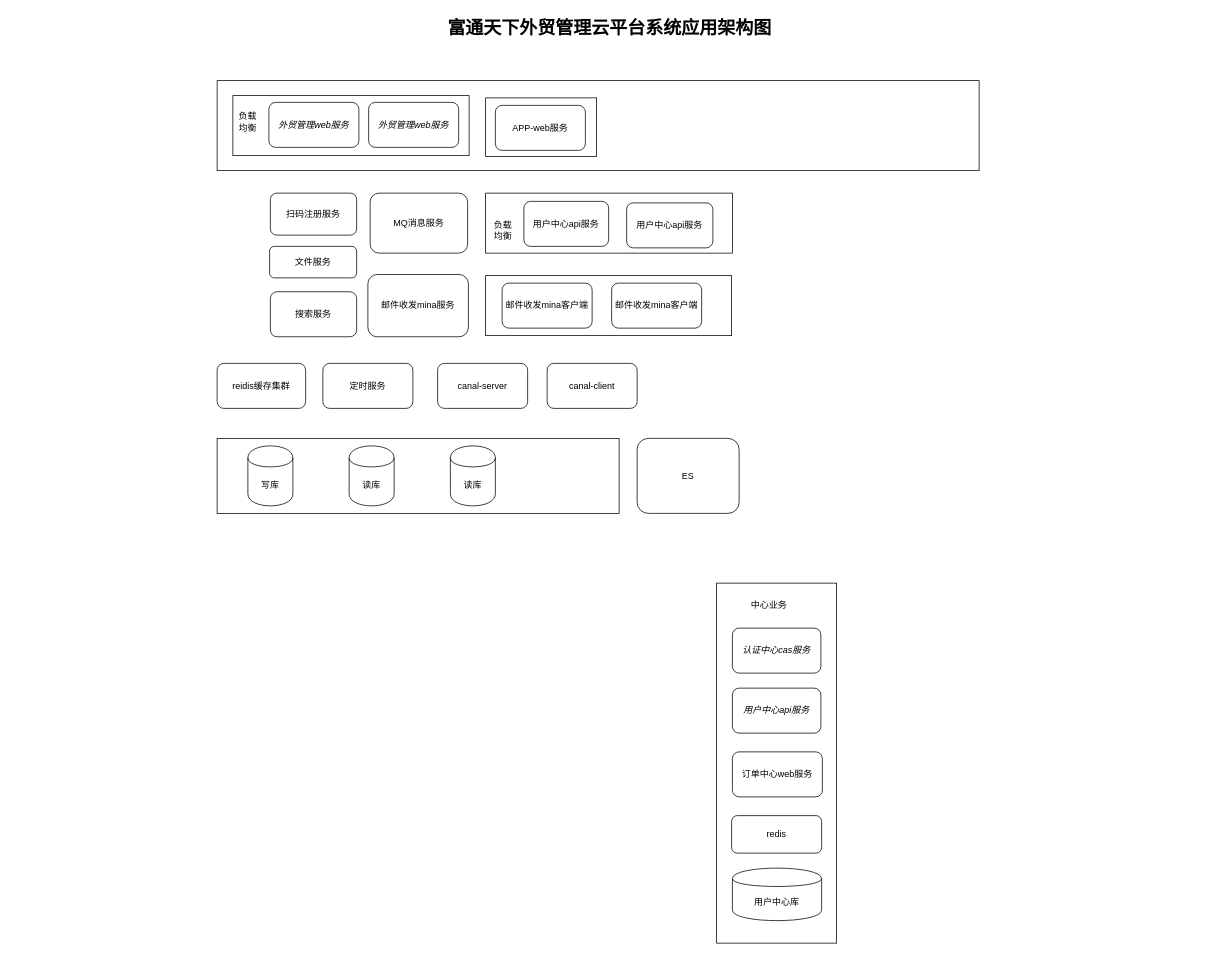
Before: 富通天下外贸管理云平台系统应用架构图.drawio in hibryanx/PrimeFactors, a draw.io diagram. Source tidied: cells renumbered, new cells numbered last; positions are measured from the earlier drawing's top-left corner, leaving out a move shared by most shapes. Both pictures are drawn from the tidied source at 75%, with x=0, y=0 at pixel (13, 13).
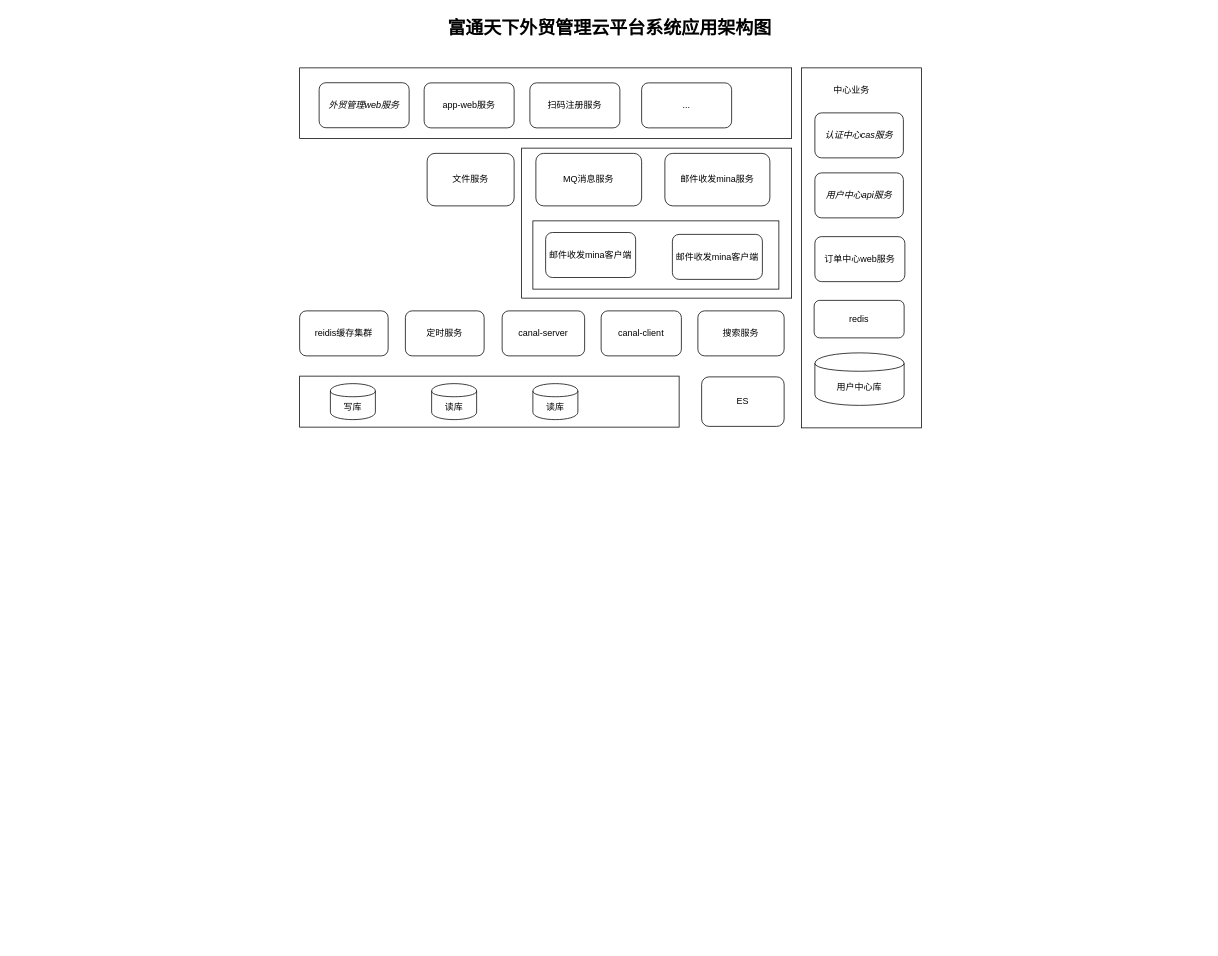
Above is the later version.

Commit message:
更新富通天下外贸管理云平台系统应用架构图.drawio

Diff of the diagram source:
```diff
@@
+    <mxCell id="38" style="rounded=0;whiteSpace=wrap;html=1;strokeWidth=1;" parent="1" vertex="1">
+      <mxGeometry x="678" y="180" width="360" height="200" as="geometry" />
+    </mxCell>
@@
     <mxCell id="3" style="rounded=0;whiteSpace=wrap;html=1;" parent="1" vertex="1">
-      <mxGeometry x="272" y="567" width="536" height="100" as="geometry" />
+      <mxGeometry x="382" y="484" width="506" height="68" as="geometry" />
     </mxCell>
     <mxCell id="4" value="写库" style="shape=cylinder;whiteSpace=wrap;html=1;boundedLbl=1;backgroundOutline=1;" parent="1" vertex="1">
-      <mxGeometry x="313" y="577" width="60" height="80" as="geometry" />
+      <mxGeometry x="423" y="494" width="60" height="48" as="geometry" />
     </mxCell>
     <mxCell id="5" value="读库" style="shape=cylinder;whiteSpace=wrap;html=1;boundedLbl=1;backgroundOutline=1;" parent="1" vertex="1">
-      <mxGeometry x="448" y="577" width="60" height="80" as="geometry" />
+      <mxGeometry x="558" y="494" width="60" height="48" as="geometry" />
     </mxCell>
     <mxCell id="6" value="读库" style="shape=cylinder;whiteSpace=wrap;html=1;boundedLbl=1;backgroundOutline=1;" parent="1" vertex="1">
-      <mxGeometry x="583" y="577" width="60" height="80" as="geometry" />
+      <mxGeometry x="693" y="494" width="60" height="48" as="geometry" />
     </mxCell>
     <mxCell id="7" value="reidis缓存集群" style="rounded=1;whiteSpace=wrap;html=1;" parent="1" vertex="1">
-      <mxGeometry x="272" y="467" width="118" height="60" as="geometry" />
+      <mxGeometry x="382" y="397" width="118" height="60" as="geometry" />
     </mxCell>
     <mxCell id="8" value="MQ消息服务" style="rounded=1;whiteSpace=wrap;html=1;" parent="1" vertex="1">
-      <mxGeometry x="476" y="240" width="130" height="80" as="geometry" />
+      <mxGeometry x="697" y="187" width="141" height="70" as="geometry" />
     </mxCell>
-    <mxCell id="9" style="rounded=0;whiteSpace=wrap;html=1;" parent="1" vertex="1">
-      <mxGeometry x="272" y="90" width="1016" height="120" as="geometry" />
-    </mxCell>
-    <mxCell id="10" style="rounded=0;whiteSpace=wrap;html=1;" parent="1" vertex="1">
-      <mxGeometry x="293" y="110" width="315" height="80" as="geometry" />
-    </mxCell>
-    <mxCell id="11" value="负载均衡" style="text;html=1;strokeColor=none;fillColor=none;align=center;verticalAlign=middle;whiteSpace=wrap;rounded=0;" parent="1" vertex="1">
-      <mxGeometry x="298" y="107.5" width="30" height="75" as="geometry" />
-    </mxCell>
-    <mxCell id="12" value="外贸管理web服务" style="rounded=1;whiteSpace=wrap;html=1;fontStyle=2;" parent="1" vertex="1">
-      <mxGeometry x="341" y="119" width="120" height="60" as="geometry" />
-    </mxCell>
-    <mxCell id="13" value="外贸管理web服务" style="rounded=1;whiteSpace=wrap;html=1;fontStyle=2;" parent="1" vertex="1">
-      <mxGeometry x="474" y="119" width="120" height="60" as="geometry" />
-    </mxCell>
-    <mxCell id="14" style="rounded=0;whiteSpace=wrap;html=1;" parent="1" vertex="1">
-      <mxGeometry x="630" y="240" width="329" height="80" as="geometry" />
-    </mxCell>
     <mxCell id="15" value="canal-server" style="rounded=1;whiteSpace=wrap;html=1;" parent="1" vertex="1">
-      <mxGeometry x="566" y="467" width="120" height="60" as="geometry" />
+      <mxGeometry x="652" y="397" width="110" height="60" as="geometry" />
     </mxCell>
     <mxCell id="16" value="canal-client" style="rounded=1;whiteSpace=wrap;html=1;" parent="1" vertex="1">
-      <mxGeometry x="712" y="467" width="120" height="60" as="geometry" />
+      <mxGeometry x="784" y="397" width="107" height="60" as="geometry" />
     </mxCell>
     <mxCell id="17" value="ES" style="rounded=1;whiteSpace=wrap;html=1;" parent="1" vertex="1">
-      <mxGeometry x="832" y="567" width="136" height="100" as="geometry" />
+      <mxGeometry x="918" y="485" width="110" height="66" as="geometry" />
     </mxCell>
-    <mxCell id="18" value="用户中心api服务" style="rounded=1;whiteSpace=wrap;html=1;" parent="1" vertex="1">
-      <mxGeometry x="818" y="253" width="115" height="60" as="geometry" />
-    </mxCell>
-    <mxCell id="19" value="用户中心api服务" style="rounded=1;whiteSpace=wrap;html=1;" parent="1" vertex="1">
-      <mxGeometry x="681" y="251" width="113" height="60" as="geometry" />
-    </mxCell>
-    <mxCell id="20" value="负载均衡" style="text;html=1;strokeColor=none;fillColor=none;align=center;verticalAlign=middle;whiteSpace=wrap;rounded=0;" parent="1" vertex="1">
-      <mxGeometry x="639" y="255" width="29" height="70" as="geometry" />
-    </mxCell>
     <mxCell id="21" value="&lt;span&gt;邮件收发mina服务&lt;/span&gt;" style="rounded=1;whiteSpace=wrap;html=1;" parent="1" vertex="1">
-      <mxGeometry x="473" y="348.5" width="134" height="83" as="geometry" />
+      <mxGeometry x="869" y="187" width="140" height="70" as="geometry" />
     </mxCell>
     <mxCell id="22" value="搜索服务" style="rounded=1;whiteSpace=wrap;html=1;" parent="1" vertex="1">
-      <mxGeometry x="343" y="371.5" width="115" height="60" as="geometry" />
+      <mxGeometry x="913" y="397" width="115" height="60" as="geometry" />
     </mxCell>
     <mxCell id="23" value="文件服务" style="rounded=1;whiteSpace=wrap;html=1;" parent="1" vertex="1">
-      <mxGeometry x="342" y="311" width="116" height="42" as="geometry" />
+      <mxGeometry x="552" y="187" width="116" height="70" as="geometry" />
     </mxCell>
-    <mxCell id="24" value="扫码注册服务" style="rounded=1;whiteSpace=wrap;html=1;" parent="1" vertex="1">
-      <mxGeometry x="343" y="240" width="115" height="56" as="geometry" />
-    </mxCell>
     <mxCell id="25" value="定时服务" style="rounded=1;whiteSpace=wrap;html=1;" parent="1" vertex="1">
-      <mxGeometry x="413" y="467" width="120" height="60" as="geometry" />
+      <mxGeometry x="523" y="397" width="105" height="60" as="geometry" />
     </mxCell>
-    <mxCell id="26" style="rounded=0;whiteSpace=wrap;html=1;" parent="1" vertex="1">
-      <mxGeometry x="630" y="113" width="148" height="78" as="geometry" />
-    </mxCell>
-    <mxCell id="27" value="APP-web服务" style="rounded=1;whiteSpace=wrap;html=1;" parent="1" vertex="1">
-      <mxGeometry x="643" y="123" width="120" height="60" as="geometry" />
-    </mxCell>
     <mxCell id="28" style="rounded=0;whiteSpace=wrap;html=1;strokeWidth=1;" parent="1" vertex="1">
-      <mxGeometry x="630" y="350" width="328" height="80" as="geometry" />
+      <mxGeometry x="693" y="277" width="328" height="91" as="geometry" />
     </mxCell>
     <mxCell id="29" value="&lt;span&gt;邮件收发mina客户端&lt;/span&gt;" style="rounded=1;whiteSpace=wrap;html=1;" parent="1" vertex="1">
-      <mxGeometry x="652" y="360" width="120" height="60" as="geometry" />
+      <mxGeometry x="710" y="292.5" width="120" height="60" as="geometry" />
     </mxCell>
     <mxCell id="30" value="&lt;span&gt;邮件收发mina客户端&lt;/span&gt;" style="rounded=1;whiteSpace=wrap;html=1;" parent="1" vertex="1">
-      <mxGeometry x="798" y="360" width="120" height="60" as="geometry" />
+      <mxGeometry x="879" y="295" width="120" height="60" as="geometry" />
     </mxCell>
     <mxCell id="31" style="rounded=0;whiteSpace=wrap;html=1;strokeWidth=1;" parent="1" vertex="1">
-      <mxGeometry x="938" y="760" width="160" height="480" as="geometry" />
+      <mxGeometry x="1051" y="73" width="160" height="480" as="geometry" />
     </mxCell>
     <mxCell id="32" value="中心业务" style="text;html=1;strokeColor=none;fillColor=none;align=center;verticalAlign=middle;whiteSpace=wrap;rounded=0;" parent="1" vertex="1">
-      <mxGeometry x="938" y="780" width="140" height="20" as="geometry" />
+      <mxGeometry x="1048" y="93" width="140" height="20" as="geometry" />
     </mxCell>
     <mxCell id="33" value="&lt;span&gt;用户中心api服务&lt;/span&gt;" style="rounded=1;whiteSpace=wrap;html=1;fontStyle=2;" parent="1" vertex="1">
-      <mxGeometry x="959" y="900" width="118" height="60" as="geometry" />
+      <mxGeometry x="1069" y="213" width="118" height="60" as="geometry" />
     </mxCell>
     <mxCell id="34" value="认证中心cas服务" style="rounded=1;whiteSpace=wrap;html=1;fontStyle=2;" parent="1" vertex="1">
-      <mxGeometry x="959" y="820" width="118" height="60" as="geometry" />
+      <mxGeometry x="1069" y="133" width="118" height="60" as="geometry" />
     </mxCell>
     <mxCell id="35" value="订单中心web服务" style="rounded=1;whiteSpace=wrap;html=1;" parent="1" vertex="1">
-      <mxGeometry x="959" y="985" width="120" height="60" as="geometry" />
+      <mxGeometry x="1069" y="298" width="120" height="60" as="geometry" />
     </mxCell>
     <mxCell id="36" value="redis" style="rounded=1;whiteSpace=wrap;html=1;" parent="1" vertex="1">
-      <mxGeometry x="958" y="1070" width="120" height="50" as="geometry" />
+      <mxGeometry x="1068" y="383" width="120" height="50" as="geometry" />
     </mxCell>
     <mxCell id="37" value="用户中心库" style="shape=cylinder;whiteSpace=wrap;html=1;boundedLbl=1;backgroundOutline=1;rounded=1;strokeWidth=1;" parent="1" vertex="1">
-      <mxGeometry x="959" y="1140" width="119" height="70" as="geometry" />
+      <mxGeometry x="1069" y="453" width="119" height="70" as="geometry" />
     </mxCell>
+    <mxCell id="39" style="rounded=0;whiteSpace=wrap;html=1;strokeWidth=1;" parent="1" vertex="1">
+      <mxGeometry x="382" y="73" width="656" height="94" as="geometry" />
+    </mxCell>
+    <mxCell id="40" value="外贸管理web服务" style="rounded=1;whiteSpace=wrap;html=1;fontStyle=2;" parent="1" vertex="1">
+      <mxGeometry x="408" y="92.8" width="120" height="60" as="geometry" />
+    </mxCell>
+    <mxCell id="41" value="app-web服务" style="rounded=1;whiteSpace=wrap;html=1;" parent="1" vertex="1">
+      <mxGeometry x="548" y="93" width="120" height="60" as="geometry" />
+    </mxCell>
+    <mxCell id="24" value="扫码注册服务" style="rounded=1;whiteSpace=wrap;html=1;" parent="1" vertex="1">
+      <mxGeometry x="689" y="93" width="120" height="60" as="geometry" />
+    </mxCell>
+    <mxCell id="42" value="..." style="rounded=1;whiteSpace=wrap;html=1;" parent="1" vertex="1">
+      <mxGeometry x="838" y="93" width="120" height="60" as="geometry" />
+    </mxCell>
```
